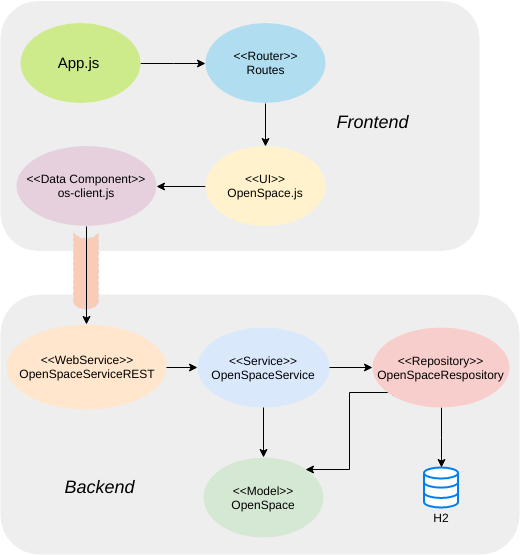
Before: other/Arquitectura.png, a diagram exported from draw.io (AugustoConti/smart-open-space). Source tidied: cells renumbered, new cells last; positions are measured from the earlier drawing's top-left corner, leaving out a move shared by most shapes.
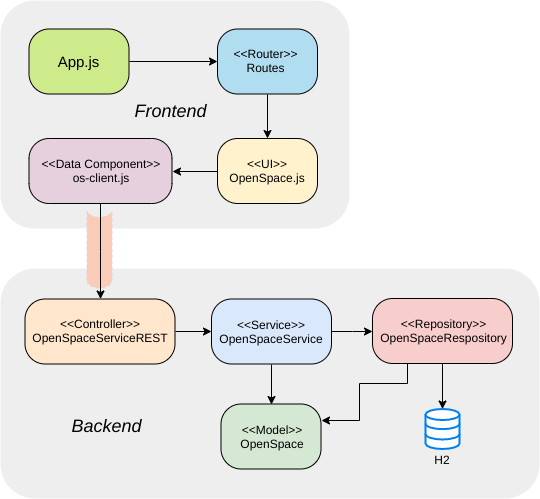
After the change.

Commit message:
:art: Agrego diagramas Entrega 2

Change to the diagram source:
```diff
@@ -2,47 +2,17 @@
   <root>
     <mxCell id="0" />
     <mxCell id="1" parent="0" />
+    <mxCell id="24" style="rounded=1;whiteSpace=wrap;html=1;fillColor=#eeeeee;strokeColor=none;" parent="1" vertex="1">
+      <mxGeometry width="349" height="228" as="geometry" />
+    </mxCell>
     <mxCell id="2" style="rounded=1;whiteSpace=wrap;html=1;fillColor=#eeeeee;strokeColor=none;" parent="1" vertex="1">
-      <mxGeometry y="293" width="519" height="260" as="geometry" />
+      <mxGeometry y="268" width="539" height="230" as="geometry" />
     </mxCell>
-    <mxCell id="3" style="group;" parent="1" vertex="1">
-      <mxGeometry x="10" y="323" width="160" height="85" as="geometry" />
-    </mxCell>
-    <mxCell id="4" style="group;" parent="3" vertex="1">
-      <mxGeometry x="-4" width="160" height="85" as="geometry" />
-    </mxCell>
-    <mxCell id="5" style="ellipse;whiteSpace=wrap;html=1;fillColor=#ffe6cc;strokeColor=none;" parent="4" vertex="1">
-      <mxGeometry width="160" height="85" as="geometry" />
-    </mxCell>
-    <mxCell id="6" value="&amp;lt;&amp;lt;WebService&amp;gt;&amp;gt;&lt;br&gt;OpenSpaceServiceREST" style="text;html=1;strokeColor=none;fillColor=none;align=center;verticalAlign=middle;whiteSpace=wrap;rounded=0;" parent="4" vertex="1">
-      <mxGeometry x="54.7" y="31.9" width="53.3" height="21.2" as="geometry" />
-    </mxCell>
-    <mxCell id="7" style="group;" parent="1" vertex="1">
-      <mxGeometry x="197" y="326" width="132" height="80" as="geometry" />
-    </mxCell>
-    <mxCell id="8" style="group;" parent="7" vertex="1">
-      <mxGeometry width="132" height="80" as="geometry" />
-    </mxCell>
-    <mxCell id="9" style="ellipse;whiteSpace=wrap;html=1;fillColor=#dae8fc;strokeColor=none;" parent="8" vertex="1">
-      <mxGeometry width="132" height="80" as="geometry" />
-    </mxCell>
-    <mxCell id="10" value="&amp;lt;&amp;lt;Service&amp;gt;&amp;gt;&lt;br&gt;OpenSpaceService" style="text;html=1;strokeColor=none;fillColor=none;align=center;verticalAlign=middle;whiteSpace=wrap;rounded=0;" parent="8" vertex="1">
-      <mxGeometry x="44" y="30" width="44" height="20" as="geometry" />
-    </mxCell>
-    <mxCell id="11" style="group;" parent="1" vertex="1">
-      <mxGeometry x="203" y="456" width="120" height="80" as="geometry" />
-    </mxCell>
-    <mxCell id="12" style="group;" parent="11" vertex="1">
-      <mxGeometry width="120" height="80" as="geometry" />
-    </mxCell>
-    <mxCell id="13" style="ellipse;whiteSpace=wrap;html=1;fillColor=#d5e8d4;strokeColor=none;" parent="12" vertex="1">
-      <mxGeometry width="120" height="80" as="geometry" />
-    </mxCell>
-    <mxCell id="14" value="&amp;lt;&amp;lt;Model&amp;gt;&amp;gt;&lt;br&gt;OpenSpace" style="text;html=1;strokeColor=none;fillColor=none;align=center;verticalAlign=middle;whiteSpace=wrap;rounded=0;" parent="12" vertex="1">
-      <mxGeometry x="40" y="30" width="40" height="20" as="geometry" />
-    </mxCell>
+    <mxCell id="26" style="strokeWidth=1;html=1;shape=mxgraph.flowchart.stored_data;whiteSpace=wrap;rounded=0;glass=0;fillColor=#FACBB6;fontSize=18;direction=north;dashed=1;shadow=0;perimeterSpacing=0;strokeColor=#E3D4D1;" parent="1" vertex="1">
+      <mxGeometry x="86.5" y="211.5" width="25" height="76" as="geometry" />
+    </mxCell>
     <mxCell id="15" style="group;" parent="1" vertex="1">
-      <mxGeometry x="420.5" y="466" width="40" height="60" as="geometry" />
+      <mxGeometry x="422" y="408.5" width="40" height="60" as="geometry" />
     </mxCell>
     <mxCell id="16" style="html=1;verticalLabelPosition=bottom;align=center;labelBackgroundColor=#ffffff;verticalAlign=top;strokeWidth=2;strokeColor=#0080F0;fillColor=#ffffff;shadow=0;dashed=0;shape=mxgraph.ios7.icons.data;" parent="15" vertex="1">
       <mxGeometry x="3" width="34" height="40" as="geometry" />
@@ -62,27 +32,12 @@
     <mxCell id="21" style="edgeStyle=orthogonalEdgeStyle;rounded=0;jettySize=auto;html=1;exitX=0.5;exitY=1;exitDx=0;exitDy=0;" parent="1" edge="1" source="39" target="16">
       <mxGeometry relative="1" as="geometry" />
     </mxCell>
-    <mxCell id="22" style="edgeStyle=orthogonalEdgeStyle;rounded=0;jettySize=auto;html=1;exitX=0;exitY=1;exitDx=0;exitDy=0;entryX=1;entryY=0;entryDx=0;entryDy=0;" parent="1" edge="1" source="39" target="13">
-      <mxGeometry relative="1" as="geometry">
-        <Array as="points">
-          <mxPoint x="392" y="391" />
-          <mxPoint x="349" y="391" />
-          <mxPoint x="349" y="468" />
-        </Array>
-      </mxGeometry>
-    </mxCell>
     <mxCell id="23" value="Backend" style="text;html=1;strokeColor=none;fillColor=none;align=center;verticalAlign=middle;whiteSpace=wrap;rounded=0;glass=0;fontStyle=2;horizontal=1;fontSize=18;" parent="1" vertex="1">
-      <mxGeometry x="79" y="476" width="40" height="20" as="geometry" />
+      <mxGeometry x="85.5" y="416" width="40" height="20" as="geometry" />
     </mxCell>
-    <mxCell id="24" style="rounded=1;whiteSpace=wrap;html=1;fillColor=#eeeeee;strokeColor=none;" parent="1" vertex="1">
-      <mxGeometry y="-0.5" width="479" height="250" as="geometry" />
-    </mxCell>
     <mxCell id="25" value="Frontend" style="text;html=1;strokeColor=none;fillColor=none;align=center;verticalAlign=middle;whiteSpace=wrap;rounded=0;glass=0;fontStyle=2;horizontal=1;fontSize=18;" parent="1" vertex="1">
-      <mxGeometry x="352" y="110.5" width="40" height="20" as="geometry" />
+      <mxGeometry x="150" y="100.5" width="40" height="20" as="geometry" />
     </mxCell>
-    <mxCell id="26" style="strokeWidth=1;html=1;shape=mxgraph.flowchart.stored_data;whiteSpace=wrap;rounded=0;glass=0;fillColor=#FACBB6;fontSize=18;direction=north;dashed=1;shadow=0;perimeterSpacing=0;strokeColor=#E3D4D1;" parent="1" vertex="1">
-      <mxGeometry x="73" y="231.5" width="25" height="76" as="geometry" />
-    </mxCell>
     <mxCell id="27" style="edgeStyle=orthogonalEdgeStyle;rounded=0;jettySize=auto;html=1;exitX=1;exitY=0.5;exitDx=0;exitDy=0;fontSize=15;" parent="1" edge="1" source="44" target="35">
       <mxGeometry relative="1" as="geometry" />
     </mxCell>
@@ -92,53 +47,65 @@
     <mxCell id="29" style="edgeStyle=orthogonalEdgeStyle;rounded=0;jettySize=auto;html=1;exitX=0;exitY=0.5;exitDx=0;exitDy=0;entryX=1;entryY=0.5;entryDx=0;entryDy=0;fontSize=15;" parent="1" edge="1" source="31" target="42">
       <mxGeometry relative="1" as="geometry" />
     </mxCell>
-    <mxCell id="30" style="edgeStyle=orthogonalEdgeStyle;rounded=0;jettySize=auto;html=1;exitX=0.5;exitY=1;exitDx=0;exitDy=0;entryX=0.5;entryY=0;entryDx=0;entryDy=0;fontSize=15;" parent="1" edge="1" source="42" target="5">
-      <mxGeometry relative="1" as="geometry" />
-    </mxCell>
-    <mxCell id="31" style="ellipse;whiteSpace=wrap;html=1;fillColor=#fff2cc;strokeColor=none;gradientColor=none;" parent="1" vertex="1">
-      <mxGeometry x="205" y="144.5" width="120" height="80" as="geometry" />
+    <mxCell id="31" style="rounded=1;whiteSpace=wrap;html=1;fillColor=#fff2cc;strokeColor=#000000;gradientColor=none;arcSize=31;" parent="1" vertex="1">
+      <mxGeometry x="217" y="138" width="100" height="65" as="geometry" />
     </mxCell>
     <mxCell id="32" value="&amp;lt;&amp;lt;UI&amp;gt;&amp;gt;&lt;br&gt;OpenSpace.js" style="text;html=1;strokeColor=none;fillColor=none;align=center;verticalAlign=middle;whiteSpace=wrap;rounded=0;" parent="1" vertex="1">
-      <mxGeometry x="245" y="174.5" width="40" height="20" as="geometry" />
+      <mxGeometry x="247" y="160.5" width="40" height="20" as="geometry" />
     </mxCell>
-    <mxCell id="33" style="group;" parent="1" vertex="1">
-      <mxGeometry x="205" y="21.5" width="120" height="80" as="geometry" />
-    </mxCell>
-    <mxCell id="34" style="group;" parent="33" vertex="1">
-      <mxGeometry width="120" height="80" as="geometry" />
-    </mxCell>
+    <mxCell id="44" style="rounded=1;whiteSpace=wrap;html=1;fillColor=#cdeb8b;strokeColor=#000000;arcSize=31;" parent="1" vertex="1">
+      <mxGeometry x="28.5" y="28.5" width="100" height="65" as="geometry" />
+    </mxCell>
+    <mxCell id="45" value="App.js" style="text;html=1;strokeColor=none;fillColor=none;align=center;verticalAlign=middle;whiteSpace=wrap;rounded=0;fontSize=15;" parent="1" vertex="1">
+      <mxGeometry x="58" y="50.5" width="40" height="20" as="geometry" />
+    </mxCell>
-    <mxCell id="35" style="ellipse;whiteSpace=wrap;html=1;fillColor=#b1ddf0;strokeColor=none;" parent="34" vertex="1">
-      <mxGeometry width="120" height="80" as="geometry" />
+    <mxCell id="35" style="rounded=1;whiteSpace=wrap;html=1;fillColor=#b1ddf0;strokeColor=#000000;arcSize=31;" parent="1" vertex="1">
+      <mxGeometry x="217" y="28.5" width="100" height="65" as="geometry" />
     </mxCell>
-    <mxCell id="36" value="&amp;lt;&amp;lt;Router&amp;gt;&amp;gt;&lt;br&gt;Routes" style="text;html=1;strokeColor=none;fillColor=none;align=center;verticalAlign=middle;whiteSpace=wrap;rounded=0;" parent="34" vertex="1">
-      <mxGeometry x="40" y="30" width="40" height="20" as="geometry" />
+    <mxCell id="36" value="&amp;lt;&amp;lt;Router&amp;gt;&amp;gt;&lt;br&gt;Routes" style="text;html=1;strokeColor=none;fillColor=none;align=center;verticalAlign=middle;whiteSpace=wrap;rounded=0;" parent="1" vertex="1">
+      <mxGeometry x="249" y="52.5" width="32" height="16" as="geometry" />
     </mxCell>
-    <mxCell id="37" style="group;" parent="1" vertex="1">
-      <mxGeometry x="372" y="326" width="137" height="80" as="geometry" />
-    </mxCell>
-    <mxCell id="38" style="group;" parent="37" vertex="1">
-      <mxGeometry width="137" height="80" as="geometry" />
-    </mxCell>
+    <mxCell id="30" style="edgeStyle=orthogonalEdgeStyle;rounded=0;jettySize=auto;html=1;exitX=0.5;exitY=1;exitDx=0;exitDy=0;" parent="1" edge="1" source="42" target="5">
+      <mxGeometry relative="1" as="geometry" />
+    </mxCell>
+    <mxCell id="42" style="rounded=1;whiteSpace=wrap;html=1;fillColor=#e6d0de;strokeColor=#000000;gradientColor=none;arcSize=31;" parent="1" vertex="1">
+      <mxGeometry x="28.5" y="138" width="143" height="65" as="geometry" />
+    </mxCell>
+    <mxCell id="43" value="&amp;lt;&amp;lt;Data Component&amp;gt;&amp;gt;&lt;br&gt;os-client.js" style="text;html=1;strokeColor=none;fillColor=none;align=center;verticalAlign=middle;whiteSpace=wrap;rounded=0;" parent="1" vertex="1">
+      <mxGeometry x="28.6" y="150.5" width="143" height="40" as="geometry" />
+    </mxCell>
+    <mxCell id="9" style="rounded=1;whiteSpace=wrap;html=1;fillColor=#dae8fc;strokeColor=#000000;arcSize=31;" parent="1" vertex="1">
+      <mxGeometry x="211" y="298.5" width="120" height="65" as="geometry" />
+    </mxCell>
+    <mxCell id="10" value="&amp;lt;&amp;lt;Service&amp;gt;&amp;gt;&lt;br&gt;OpenSpaceService" style="text;html=1;strokeColor=none;fillColor=none;align=center;verticalAlign=middle;whiteSpace=wrap;rounded=0;" parent="1" vertex="1">
+      <mxGeometry x="249" y="321" width="44" height="20" as="geometry" />
+    </mxCell>
+    <mxCell id="5" style="rounded=1;whiteSpace=wrap;html=1;fillColor=#ffe6cc;strokeColor=#000000;arcSize=31;" parent="1" vertex="1">
+      <mxGeometry x="24.5" y="298.5" width="150" height="65" as="geometry" />
+    </mxCell>
+    <mxCell id="6" value="&amp;lt;&amp;lt;Controller&amp;gt;&amp;gt;&lt;br&gt;OpenSpaceServiceREST" style="text;html=1;strokeColor=none;fillColor=none;align=center;verticalAlign=middle;whiteSpace=wrap;rounded=0;" parent="1" vertex="1">
+      <mxGeometry x="73.7" y="319.9" width="53.3" height="21.2" as="geometry" />
+    </mxCell>
+    <mxCell id="22" style="edgeStyle=orthogonalEdgeStyle;rounded=0;jettySize=auto;html=1;exitX=0.25;exitY=1;exitDx=0;exitDy=0;entryX=1;entryY=0.25;entryDx=0;entryDy=0;" parent="1" edge="1" source="39" target="13">
+      <mxGeometry relative="1" as="geometry">
+        <Array as="points">
+          <mxPoint x="407" y="383" />
+          <mxPoint x="359" y="383" />
+          <mxPoint x="359" y="420" />
+        </Array>
+      </mxGeometry>
+    </mxCell>
-    <mxCell id="39" style="ellipse;whiteSpace=wrap;html=1;fillColor=#f8cecc;strokeColor=none;gradientColor=none;" parent="38" vertex="1">
-      <mxGeometry width="137" height="80" as="geometry" />
+    <mxCell id="39" style="rounded=1;whiteSpace=wrap;html=1;fillColor=#f8cecc;strokeColor=#000000;gradientColor=none;arcSize=31;" parent="1" vertex="1">
+      <mxGeometry x="372" y="298" width="140" height="65" as="geometry" />
     </mxCell>
-    <mxCell id="40" value="&amp;lt;&amp;lt;Repository&amp;gt;&amp;gt;&lt;br&gt;OpenSpaceRespository" style="text;strokeColor=none;fillColor=none;align=center;verticalAlign=middle;whiteSpace=wrap;rounded=0;labelBackgroundColor=none;labelBorderColor=none;html=1;" parent="38" vertex="1">
-      <mxGeometry x="45.7" y="30" width="45.7" height="20" as="geometry" />
+    <mxCell id="40" value="&amp;lt;&amp;lt;Repository&amp;gt;&amp;gt;&lt;br&gt;OpenSpaceRespository" style="text;strokeColor=none;fillColor=none;align=center;verticalAlign=middle;whiteSpace=wrap;rounded=0;labelBackgroundColor=none;labelBorderColor=none;html=1;" parent="1" vertex="1">
+      <mxGeometry x="420.2" y="320" width="45.7" height="20" as="geometry" />
     </mxCell>
-    <mxCell id="41" style="group;" parent="1" vertex="1">
-      <mxGeometry x="19" y="144.5" width="140" height="80" as="geometry" />
-    </mxCell>
-    <mxCell id="42" style="ellipse;whiteSpace=wrap;html=1;fillColor=#e6d0de;strokeColor=none;gradientColor=none;" parent="41" vertex="1">
-      <mxGeometry x="-3" width="140" height="80" as="geometry" />
-    </mxCell>
-    <mxCell id="43" value="&amp;lt;&amp;lt;Data Component&amp;gt;&amp;gt;&lt;br&gt;os-client.js" style="text;html=1;strokeColor=none;fillColor=none;align=center;verticalAlign=middle;whiteSpace=wrap;rounded=0;" parent="41" vertex="1">
-      <mxGeometry x="1" y="20" width="130" height="40" as="geometry" />
-    </mxCell>
-    <mxCell id="44" style="ellipse;whiteSpace=wrap;html=1;fillColor=#cdeb8b;strokeColor=none;" parent="1" vertex="1">
-      <mxGeometry x="20" y="21.5" width="120" height="80" as="geometry" />
-    </mxCell>
-    <mxCell id="45" value="App.js" style="text;html=1;strokeColor=none;fillColor=none;align=center;verticalAlign=middle;whiteSpace=wrap;rounded=0;fontSize=15;" parent="1" vertex="1">
-      <mxGeometry x="58" y="50.5" width="40" height="20" as="geometry" />
-    </mxCell>
+    <mxCell id="13" style="rounded=1;whiteSpace=wrap;html=1;fillColor=#d5e8d4;strokeColor=#000000;arcSize=31;" parent="1" vertex="1">
+      <mxGeometry x="220.5" y="403.5" width="100" height="65" as="geometry" />
+    </mxCell>
+    <mxCell id="14" value="&amp;lt;&amp;lt;Model&amp;gt;&amp;gt;&lt;br&gt;OpenSpace" style="text;html=1;strokeColor=none;fillColor=none;align=center;verticalAlign=middle;whiteSpace=wrap;rounded=0;" parent="1" vertex="1">
+      <mxGeometry x="252" y="426" width="40" height="20" as="geometry" />
+    </mxCell>
   </root>
 </mxGraphModel>
```
